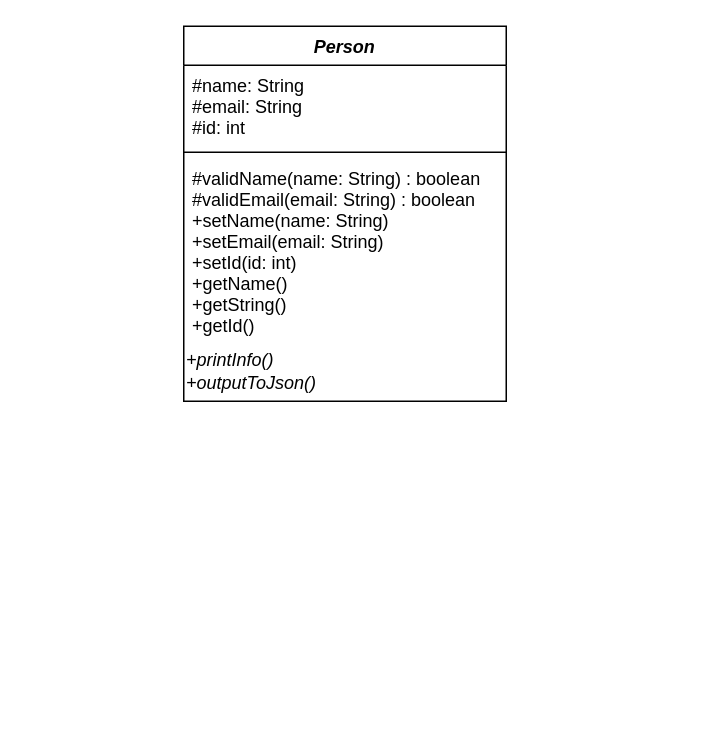
Before: uml/Cmpt276HW1.drawio in Alex0Blackwell/ERR, a draw.io diagram. Source tidied: cells renumbered, new cells numbered last; positions are measured from the earlier drawing's top-left corner, leaving out a move shared by most shapes. Both pictures are drawn from the tidied source at 150%, with x=0, y=0 at pixel (183, 26).
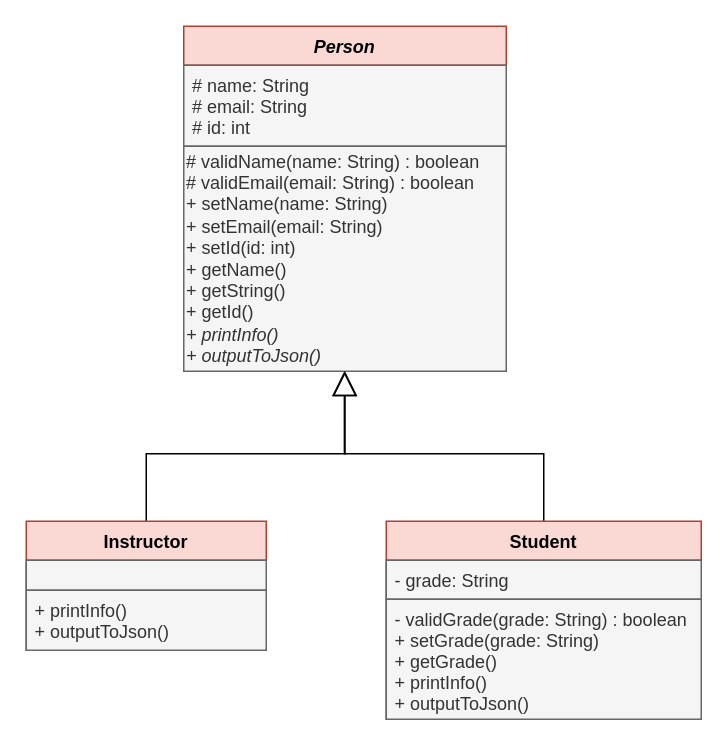
The same page after the edit.

What changed in the source:
```diff
@@
 <mxGraphModel>
   <root>
     <mxCell id="0" />
     <mxCell id="1" parent="0" />
-    <mxCell id="2" value="Person" style="swimlane;fontStyle=3;align=center;verticalAlign=top;horizontal=1;startSize=26;" parent="1" vertex="1">
-      <mxGeometry width="215" height="250" as="geometry" />
+    <mxCell id="2" value="Person" style="swimlane;fontStyle=3;align=center;verticalAlign=top;horizontal=1;startSize=26;fillColor=#fad9d5;strokeColor=#ae4132;" parent="1" vertex="1">
+      <mxGeometry width="215" height="230" as="geometry" />
     </mxCell>
-    <mxCell id="3" value="#name: String&#10;#email: String&#10;#id: int&#10;" style="text;strokeColor=none;fillColor=none;align=left;verticalAlign=top;spacingLeft=4;spacingRight=4;overflow=hidden;" parent="2" vertex="1">
+    <mxCell id="3" value="# name: String&#10;# email: String&#10;# id: int&#10;" style="text;align=left;verticalAlign=top;spacingLeft=4;spacingRight=4;overflow=hidden;fillColor=#f5f5f5;strokeColor=#666666;fontColor=#333333;" parent="2" vertex="1">
       <mxGeometry y="26" width="215" height="54" as="geometry" />
     </mxCell>
-    <mxCell id="4" style="line;strokeWidth=1;fillColor=none;align=left;verticalAlign=middle;spacingTop=-1;spacingLeft=3;spacingRight=3;labelPosition=right;" parent="2" vertex="1">
-      <mxGeometry y="80" width="215" height="8" as="geometry" />
-    </mxCell>
-    <mxCell id="5" value="#validName(name: String) : boolean&#10;#validEmail(email: String) : boolean&#10;+setName(name: String)&#10;+setEmail(email: String)&#10;+setId(id: int)&#10;+getName()&#10;+getString()&#10;+getId()" style="text;strokeColor=none;fillColor=none;align=left;verticalAlign=top;spacingLeft=4;spacingRight=4;overflow=hidden;" parent="2" vertex="1">
-      <mxGeometry y="88" width="215" height="122" as="geometry" />
-    </mxCell>
-    <mxCell id="6" value="&lt;div align=&quot;left&quot;&gt;&lt;i&gt;+printInfo()&lt;/i&gt;&lt;/div&gt;&lt;div align=&quot;left&quot;&gt;&lt;i&gt;+outputToJson()&lt;br&gt;&lt;/i&gt;&lt;/div&gt;" style="text;html=1;align=left;verticalAlign=middle;points=[];" parent="2" vertex="1">
-      <mxGeometry y="210" width="215" height="40" as="geometry" />
+    <mxCell id="6" value="&lt;div align=&quot;left&quot;&gt;# validName(name: String) : boolean&lt;br&gt;# validEmail(email: String) : boolean&lt;br&gt;+ setName(name: String)&lt;br&gt;+ setEmail(email: String)&lt;br&gt;+ setId(id: int)&lt;br&gt;+ getName()&lt;br&gt;+ getString()&lt;br&gt;+ getId()&lt;/div&gt;&lt;div align=&quot;left&quot;&gt;&lt;i&gt;+ printInfo()&lt;/i&gt;&lt;/div&gt;&lt;div align=&quot;left&quot;&gt;&lt;i&gt;+ outputToJson()&lt;br&gt;&lt;/i&gt;&lt;/div&gt;" style="text;html=1;align=left;verticalAlign=middle;points=[];fillColor=#f5f5f5;strokeColor=#666666;fontColor=#333333;" parent="2" vertex="1">
+      <mxGeometry y="80" width="215" height="150" as="geometry" />
     </mxCell>
+    <mxCell id="7" style="edgeStyle=orthogonalEdgeStyle;rounded=0;jettySize=auto;html=1;exitX=0.5;exitY=0;exitDx=0;exitDy=0;endArrow=block;endFill=0;startSize=6;endSize=14;entryX=0.5;entryY=1;entryDx=0;entryDy=0;" parent="1" edge="1" source="8" target="2">
+      <mxGeometry relative="1" as="geometry" />
+    </mxCell>
+    <mxCell id="8" value="Instructor" style="swimlane;fontStyle=1;align=center;verticalAlign=top;horizontal=1;startSize=26;fillColor=#fad9d5;strokeColor=#ae4132;" parent="1" vertex="1">
+      <mxGeometry x="-105" y="330" width="160" height="86" as="geometry" />
+    </mxCell>
+    <mxCell id="9" value="&amp;nbsp;" style="text;html=1;align=center;verticalAlign=middle;fillColor=#f5f5f5;strokeColor=#666666;fontColor=#333333;" parent="8" vertex="1">
+      <mxGeometry y="26" width="160" height="20" as="geometry" />
+    </mxCell>
+    <mxCell id="10" value="+ printInfo()&#10;+ outputToJson()" style="text;strokeColor=#666666;fillColor=#f5f5f5;align=left;verticalAlign=top;spacingLeft=4;spacingRight=4;overflow=hidden;fontColor=#333333;" parent="8" vertex="1">
+      <mxGeometry y="46" width="160" height="40" as="geometry" />
+    </mxCell>
+    <mxCell id="11" style="edgeStyle=orthogonalEdgeStyle;rounded=0;jettySize=auto;html=1;startSize=6;endArrow=block;endFill=0;endSize=14;exitX=0.5;exitY=0;exitDx=0;exitDy=0;entryX=0.498;entryY=1;entryDx=0;entryDy=0;entryPerimeter=0;" parent="1" edge="1" source="12" target="6">
+      <mxGeometry relative="1" as="geometry" />
+    </mxCell>
+    <mxCell id="12" value="Student" style="swimlane;fontStyle=1;align=center;verticalAlign=top;horizontal=1;startSize=26;fillColor=#fad9d5;strokeColor=#ae4132;" parent="1" vertex="1">
+      <mxGeometry x="135" y="330" width="210" height="132" as="geometry" />
+    </mxCell>
+    <mxCell id="13" value="- grade: String" style="text;strokeColor=#666666;fillColor=#f5f5f5;align=left;verticalAlign=top;spacingLeft=4;spacingRight=4;overflow=hidden;fontColor=#333333;" parent="12" vertex="1">
+      <mxGeometry y="26" width="210" height="26" as="geometry" />
+    </mxCell>
+    <mxCell id="14" value="- validGrade(grade: String) : boolean&#10;+ setGrade(grade: String)&#10;+ getGrade()&#10;+ printInfo()&#10;+ outputToJson()&#10;" style="text;strokeColor=#666666;fillColor=#f5f5f5;align=left;verticalAlign=top;spacingLeft=4;spacingRight=4;overflow=hidden;fontColor=#333333;" parent="12" vertex="1">
+      <mxGeometry y="52" width="210" height="80" as="geometry" />
+    </mxCell>
   </root>
 </mxGraphModel>
```
